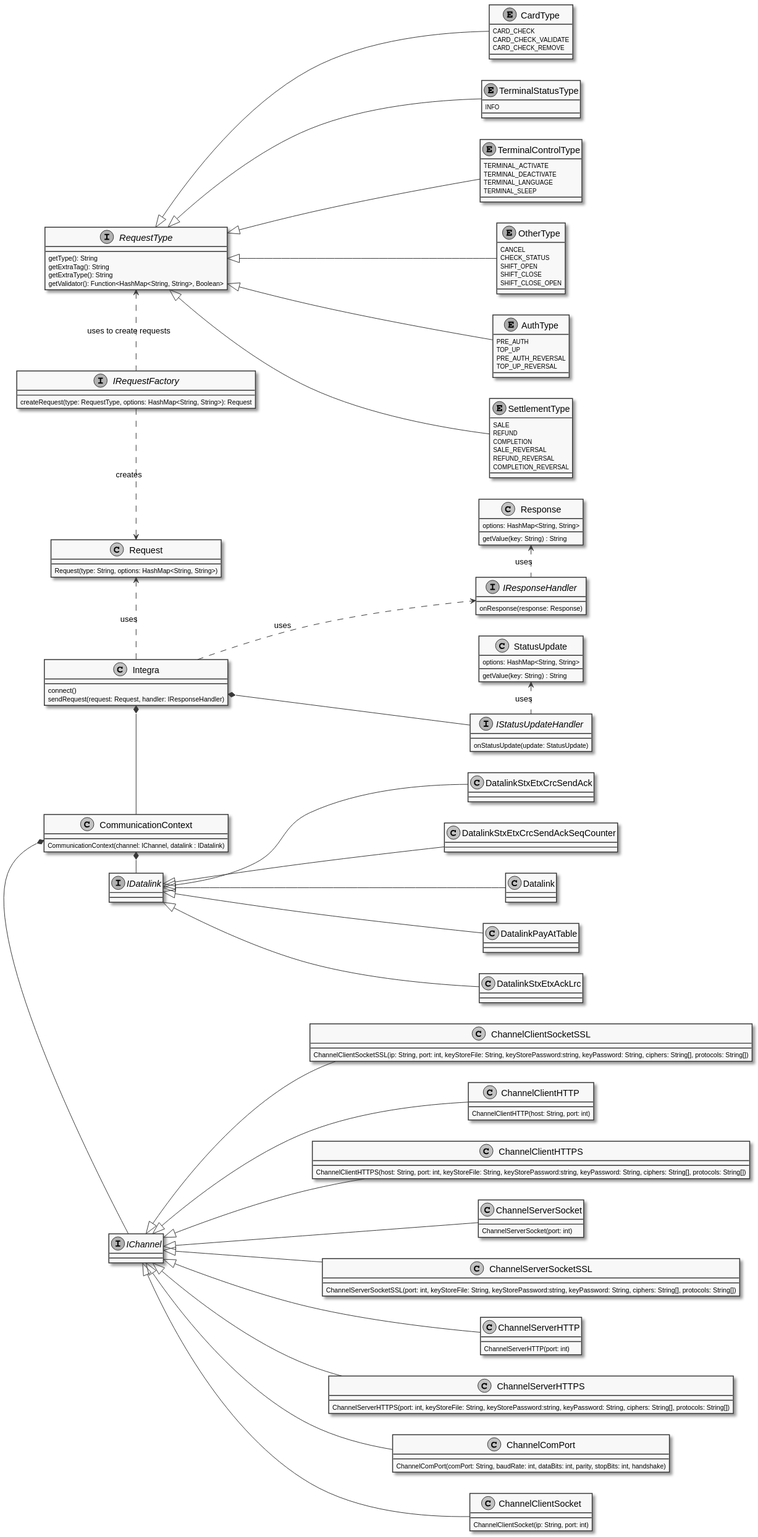
This is source/images/class_diagram.svg from Lzgpom/integra-slate, a PlantUML export, as it was before one commit.
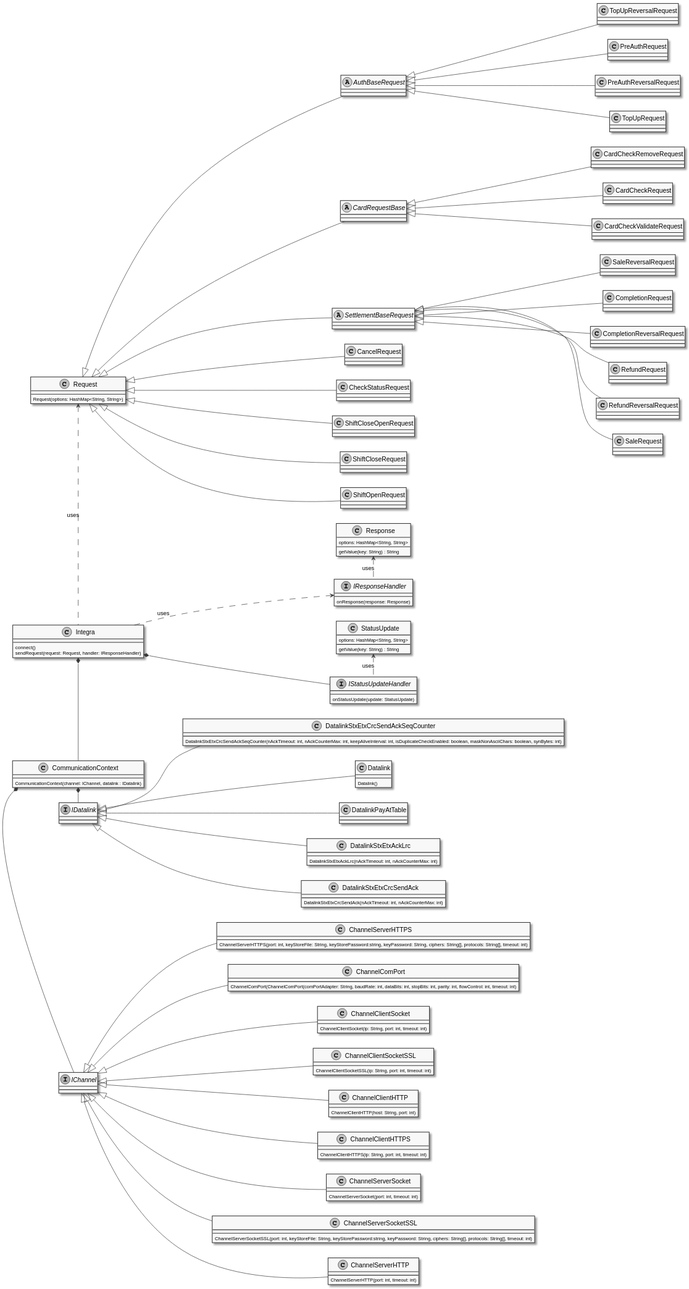
After the change.

Change to the diagram source:
```diff
@@ -43,11 +43,19 @@
 
 
 interface IDatalink
-class Datalink
+class Datalink {
+  Datalink()
+}
 class DatalinkPayAtTable
-class DatalinkStxEtxAckLrc
-class DatalinkStxEtxCrcSendAck
-class DatalinkStxEtxCrcSendAckSeqCounter
+class DatalinkStxEtxAckLrc {
+  DatalinkStxEtxAckLrc(nAckTimeout: int, nAckCounterMax: int)
+}
+class DatalinkStxEtxCrcSendAck {
+  DatalinkStxEtxCrcSendAck(nAckTimeout: int, nAckCounterMax: int)
+}
+class DatalinkStxEtxCrcSendAckSeqCounter {
+  DatalinkStxEtxCrcSendAckSeqCounter(nAckTimeout: int, nAckCounterMax: int, keepAliveInterval: int, isDuplicateCheckEnabled: boolean, maskNonAsciiChars: boolean, synBytes: int)
+}
 
 IDatalink <|-- Datalink
 IDatalink <|-- DatalinkPayAtTable
@@ -57,11 +65,11 @@
 
 interface IChannel
 class ChannelClientSocket {
-  ChannelClientSocket(ip: String, port: int)
+  ChannelClientSocket(ip: String, port: int, timeout: int)
 }
 
 class ChannelClientSocketSSL {
-  ChannelClientSocketSSL(ip: String, port: int, keyStoreFile: String, keyStorePassword:string, keyPassword: String, ciphers: String[], protocols: String[])
+  ChannelClientSocketSSL(ip: String, port: int, timeout: int)
 }
 
 class ChannelClientHTTP {
@@ -69,27 +77,27 @@
 }
 
 class ChannelClientHTTPS {
-  ChannelClientHTTPS(host: String, port: int, keyStoreFile: String, keyStorePassword:string, keyPassword: String, ciphers: String[], protocols: String[])
+  ChannelClientHTTPS(ip: String, port: int, timeout: int)
 }
 
 class ChannelServerSocket {
-  ChannelServerSocket(port: int)
+  ChannelServerSocket(port: int, timeout: int)
 }
 
 class ChannelServerSocketSSL {
-  ChannelServerSocketSSL(port: int, keyStoreFile: String, keyStorePassword:string, keyPassword: String, ciphers: String[], protocols: String[])
+  ChannelServerSocketSSL(port: int, keyStoreFile: String, keyStorePassword:string, keyPassword: String, ciphers: String[], protocols: String[], timeout: int)
 }
 
 class ChannelServerHTTP {
-  ChannelServerHTTP(port: int)
+  ChannelServerHTTP(port: int, timeout: int)
 }
 
 class ChannelServerHTTPS {
-  ChannelServerHTTPS(port: int, keyStoreFile: String, keyStorePassword:string, keyPassword: String, ciphers: String[], protocols: String[])
+  ChannelServerHTTPS(port: int, keyStoreFile: String, keyStorePassword:string, keyPassword: String, ciphers: String[], protocols: String[], timeout: int)
 }
 
 class ChannelComPort {
-  ChannelComPort(comPort: String, baudRate: int, dataBits: int, parity, stopBits: int, handshake)
+  ChannelComPort(ChannelComPort(comPortAdapter: String, baudRate: int, dataBits: int, stopBits: int, parity: int, flowControl: int, timeout: int)
 }
 
 IChannel <|-- ChannelClientSocket
@@ -102,70 +110,60 @@
 IChannel <|-- ChannelServerHTTPS
 IChannel <|-- ChannelComPort
 
-interface IRequestFactory {
-  createRequest(type: RequestType, options: HashMap<String, String>): Request
+abstract class AuthBaseRequest
+class PreAuthRequest
+class PreAuthReversalRequest
+class TopUpRequest
+class TopUpReversalRequest
+
+AuthBaseRequest <|-- PreAuthRequest
+AuthBaseRequest <|-- PreAuthReversalRequest
+AuthBaseRequest <|-- TopUpRequest
+AuthBaseRequest <|-- TopUpReversalRequest
+
+abstract class CardRequestBase
+class CardCheckRequest
+class CardCheckValidateRequest
+class CardCheckRemoveRequest
+
+CardRequestBase <|-- CardCheckRequest
+CardRequestBase <|-- CardCheckValidateRequest
+CardRequestBase <|-- CardCheckRemoveRequest
+
+
+abstract class SettlementBaseRequest
+class CompletionRequest
+class CompletionReversalRequest
+class RefundRequest
+class RefundReversalRequest
+class SaleRequest
+class SaleReversalRequest
+
+SettlementBaseRequest <|-- CompletionRequest
+SettlementBaseRequest <|-- CompletionReversalRequest
+SettlementBaseRequest <|-- RefundRequest
+SettlementBaseRequest <|-- RefundReversalRequest
+SettlementBaseRequest <|-- SaleRequest
+SettlementBaseRequest <|-- SaleReversalRequest
+
+class CancelRequest
+class CheckStatusRequest
+class ShiftCloseOpenRequest
+class ShiftCloseRequest
+class ShiftOpenRequest
+
+Request <|-- CancelRequest
+Request <|-- CheckStatusRequest
+Request <|-- ShiftCloseOpenRequest
+Request <|-- ShiftCloseRequest
+Request <|-- ShiftOpenRequest
+
+Request <|-down- AuthBaseRequest
+Request <|-down- CardRequestBase
+Request <|-down- SettlementBaseRequest
+
+class Request {
+  Request(options: HashMap<String, String>)
 }
 
-class Request {
-  Request(type: String, options: HashMap<String, String>)
-}
-
-interface RequestType {
-  getType(): String
-  getExtraTag(): String
-  getExtraType(): String
-  getValidator(): Function<HashMap<String, String>, Boolean>
-}
-
-enum AuthType {
-  PRE_AUTH
-  TOP_UP
-  PRE_AUTH_REVERSAL
-  TOP_UP_REVERSAL
-}
-
-enum SettlementType {
-  SALE
-  REFUND
-  COMPLETION
-  SALE_REVERSAL
-  REFUND_REVERSAL
-  COMPLETION_REVERSAL
-}
-
-enum CardType {
-  CARD_CHECK
-  CARD_CHECK_VALIDATE
-  CARD_CHECK_REMOVE
-}
-
-enum TerminalStatusType {
-  INFO
-}
-
-enum TerminalControlType {
-  TERMINAL_ACTIVATE
-  TERMINAL_DEACTIVATE
-  TERMINAL_LANGUAGE
-  TERMINAL_SLEEP
-}
-
-enum OtherType {
-  CANCEL
-  CHECK_STATUS
-  SHIFT_OPEN
-  SHIFT_CLOSE
-  SHIFT_CLOSE_OPEN
-}
-
-IRequestFactory .left.> RequestType : uses to create requests
-IRequestFactory .> Request : creates
-
-RequestType <|-- AuthType
-RequestType <|-- SettlementType
-RequestType <|-- CardType
-RequestType <|-- TerminalStatusType
-RequestType <|-- TerminalControlType
-RequestType <|-- OtherType
-
 @enduml
```
